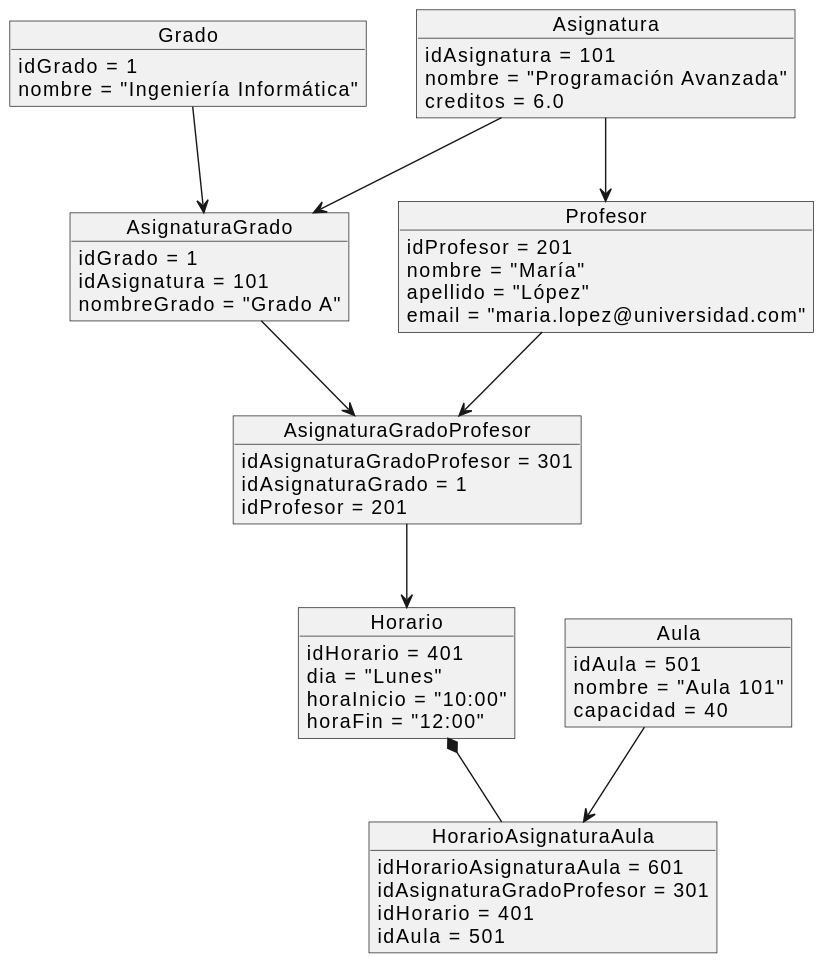
Earlier version of the PlantUML export modeloDelDominio/imagenes/DiagramaDeObjetos.svg (mmasias/24-25-IdSw1-SDR).
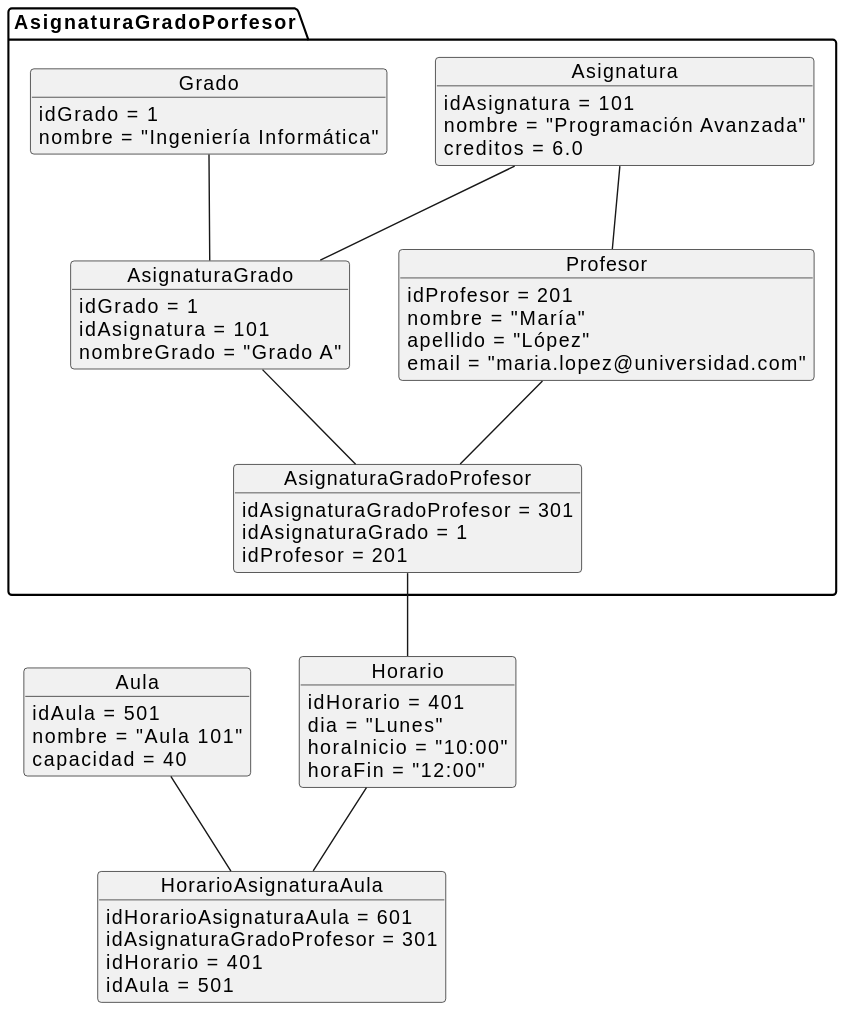
The same diagram one commit later.

Commit message:
cambios en relaciones

What changed in the source:
```diff
@@ -1,4 +1,5 @@
 @startuml
+package "AsignaturaGradoPorfesor" {
 object Grado {
   idGrado = 1
   nombre = "Ingeniería Informática"
@@ -28,7 +29,7 @@
   idAsignaturaGrado = 1
   idProfesor = 201
 }
-
+}
 object Horario {
   idHorario = 401
   dia = "Lunes"
@@ -49,12 +50,12 @@
   idAula = 501
 }
 
-Grado --> AsignaturaGrado
-Asignatura --> AsignaturaGrado
-Asignatura --> Profesor
-AsignaturaGrado --> AsignaturaGradoProfesor
-Profesor --> AsignaturaGradoProfesor
-AsignaturaGradoProfesor --> Horario
-Horario *-- HorarioAsignaturaAula
-Aula --> HorarioAsignaturaAula
+Grado -- AsignaturaGrado
+Asignatura -- AsignaturaGrado
+Asignatura -- Profesor
+AsignaturaGrado -- AsignaturaGradoProfesor
+Profesor -- AsignaturaGradoProfesor
+AsignaturaGradoProfesor -- Horario
+Horario -- HorarioAsignaturaAula
+Aula -- HorarioAsignaturaAula
 @enduml
```
